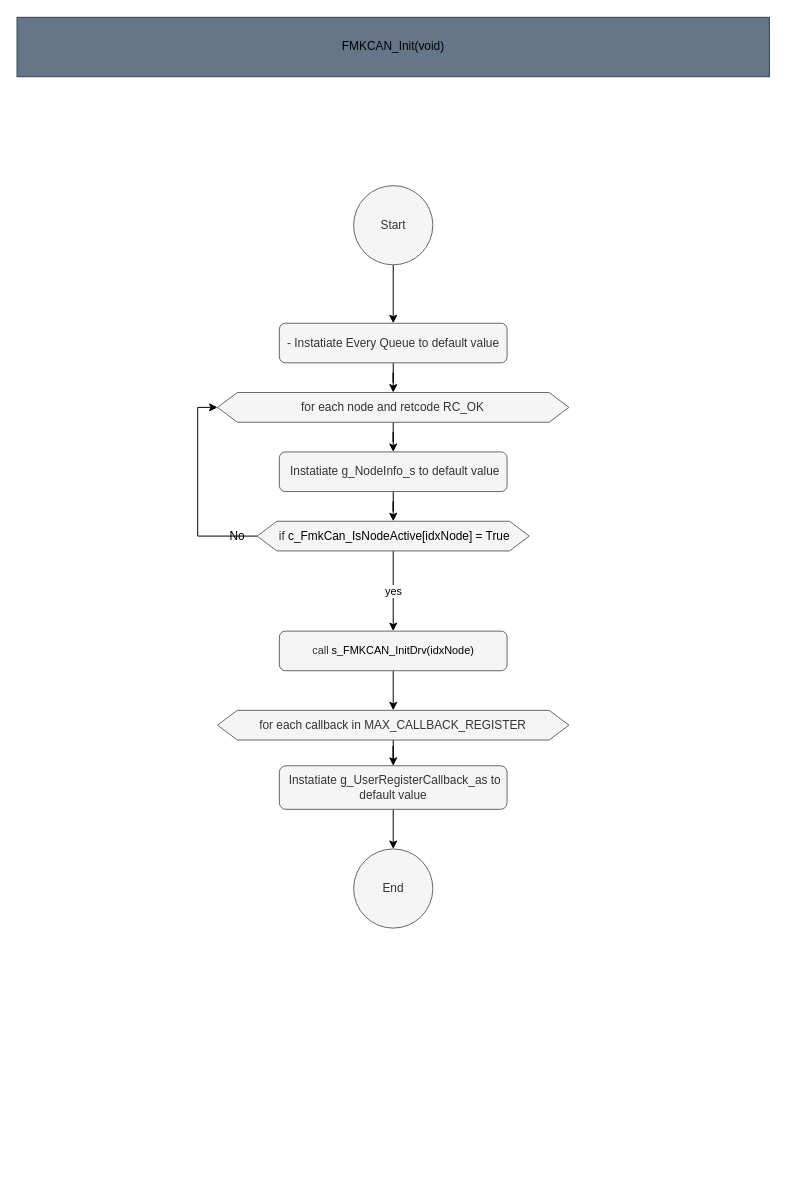
Earlier version of the draw.io diagram page "Init" (4 of 15) of src/1_FMK/FMK_HAL/FMK_CAN/Doc/Architecture/FMK_CAN.drawio (mbarbeau0545/PickersRobotPOC). Source tidied: cells renumbered, new cells numbered last; positions are measured from the earlier drawing's top-left corner, leaving out a move shared by most shapes. Both pictures are drawn from the tidied source at 99%, with x=0, y=0 at pixel (17, 17).
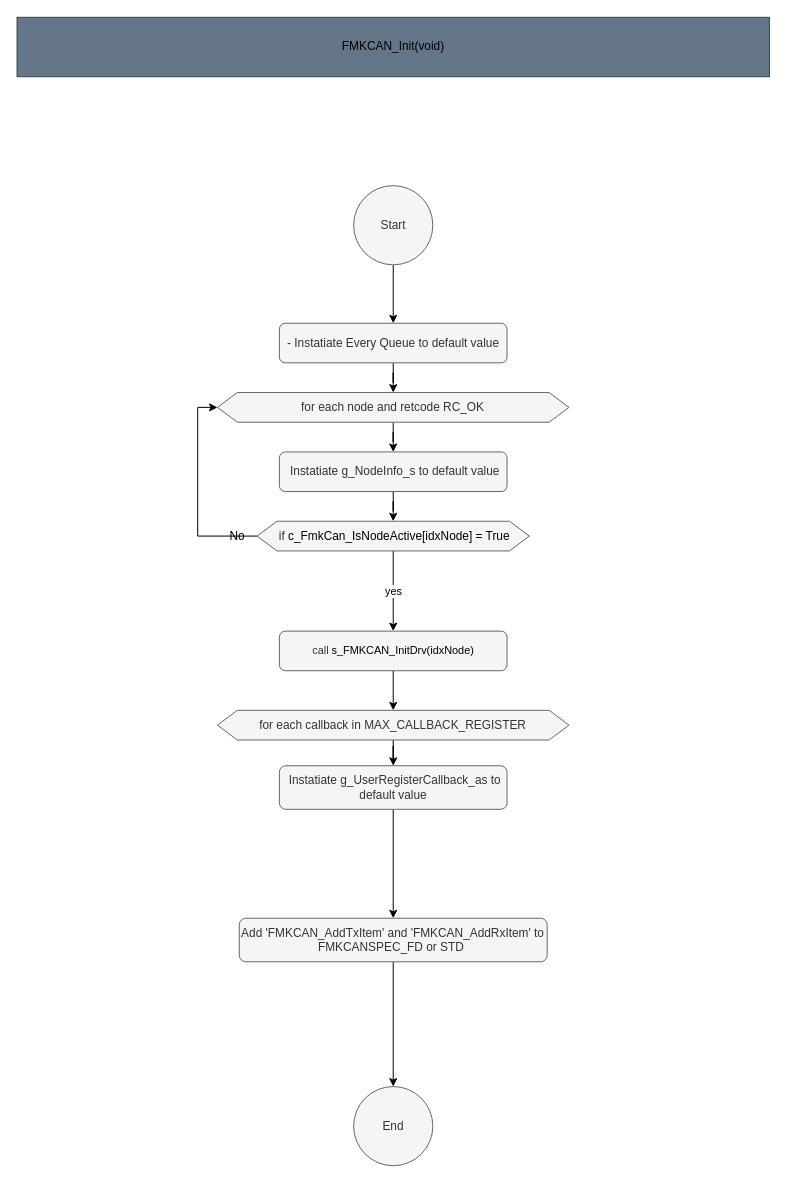
The same page after the edit.

Unchanged cells that the change refers to:
```xml
<mxCell id="22" value="&amp;nbsp;Instatiate g_UserRegisterCallback_as to default value" style="rounded=1;whiteSpace=wrap;html=1;fillColor=#f5f5f5;fontColor=#333333;strokeColor=#666666;" parent="1" vertex="1">
  <mxGeometry x="264.7" y="756" width="230" height="44" as="geometry" />
</mxCell>
```

The edit, as a diff of the source:
```diff
@@
     <mxCell id="18" value="End" style="ellipse;whiteSpace=wrap;html=1;fillColor=#f5f5f5;fontColor=#333333;strokeColor=#666666;" parent="1" vertex="1">
-      <mxGeometry x="339.7" y="840" width="80" height="80" as="geometry" />
+      <mxGeometry x="339.7" y="1080" width="80" height="80" as="geometry" />
     </mxCell>
@@
-    <mxCell id="21" style="edgeStyle=orthogonalEdgeStyle;rounded=0;jettySize=auto;html=1;exitX=0.5;exitY=1;exitDx=0;exitDy=0;" parent="1" edge="1" source="22" target="18">
-      <mxGeometry relative="1" as="geometry" />
-    </mxCell>
+    <mxCell id="23" style="edgeStyle=orthogonalEdgeStyle;rounded=0;jettySize=auto;html=1;exitX=0.5;exitY=1;exitDx=0;exitDy=0;" parent="1" edge="1" source="22" target="25">
+      <mxGeometry relative="1" as="geometry" />
+    </mxCell>
@@
+    <mxCell id="24" style="edgeStyle=orthogonalEdgeStyle;rounded=0;jettySize=auto;html=1;exitX=0.5;exitY=1;exitDx=0;exitDy=0;" parent="1" edge="1" source="25" target="18">
+      <mxGeometry relative="1" as="geometry" />
+    </mxCell>
+    <mxCell id="25" value="Add 'FMKCAN_AddTxItem' and 'FMKCAN_AddRxItem' to FMKCANSPEC_FD or STD&amp;nbsp;" style="rounded=1;whiteSpace=wrap;html=1;fillColor=#f5f5f5;fontColor=#333333;strokeColor=#666666;" parent="1" vertex="1">
+      <mxGeometry x="224.2" y="910" width="311" height="44" as="geometry" />
+    </mxCell>
```
